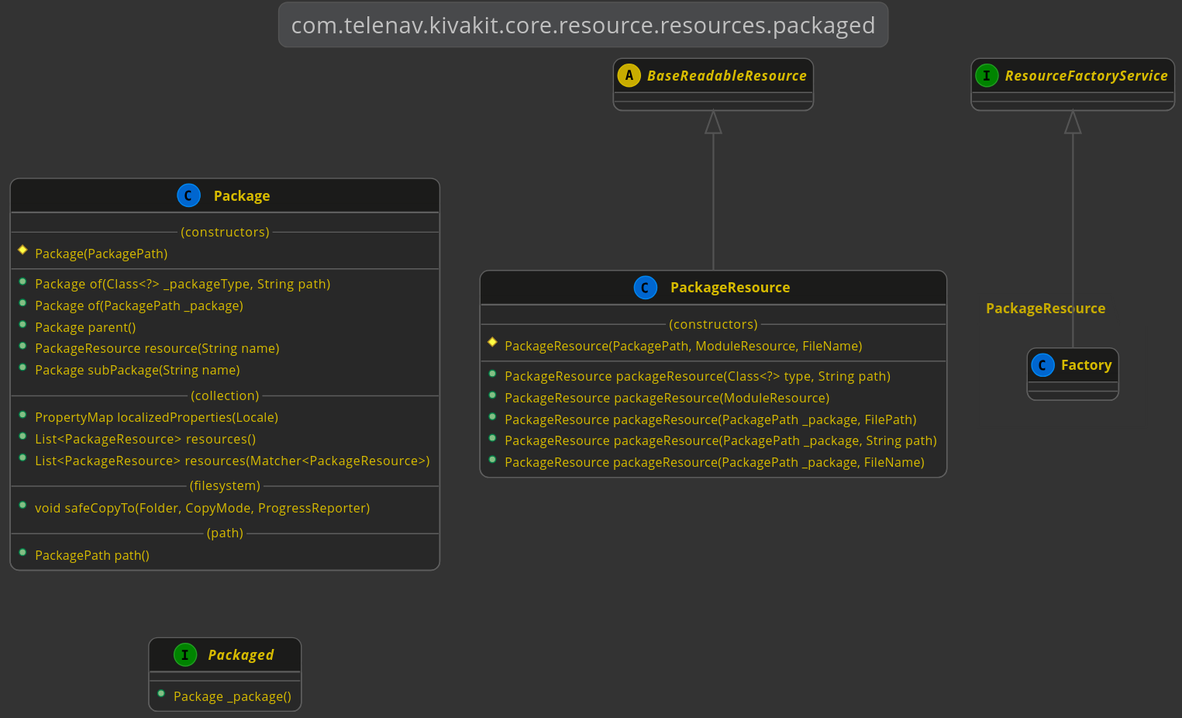
Telenav/kivakit keeps this PlantUML diagram as kivakit-core/resource/documentation/diagrams/com.telenav.kivakit.core.resource.resources.packaged.svg. Above is the earlier version. The source it was exported from:
```plantuml
@startuml

    !include ../lexakai.theme

    title "com.telenav.kivakit.core.resource.resources.packaged"

    abstract BaseReadableResource

    interface ResourceFactoryService

    ResourceFactoryService <|-- PackageResource.Factory
    class PackageResource.Factory
    {
    }

    class Package
    {
        --(constructors)--
        #Package(PackagePath)
        --
        +Package of(Class<?> _packageType, String path)
        +Package of(PackagePath _package)
        +Package parent()
        +PackageResource resource(String name)
        +Package subPackage(String name)
        --(collection)--
        +PropertyMap localizedProperties(Locale)
        +List<PackageResource> resources()
        +List<PackageResource> resources(Matcher<PackageResource>)
        --(filesystem)--
        +void safeCopyTo(Folder, CopyMode, ProgressReporter)
        --(path)--
        +PackagePath path()
    }

    BaseReadableResource <|-- PackageResource
    class PackageResource
    {
        --(constructors)--
        #PackageResource(PackagePath, ModuleResource, FileName)
        --
        +PackageResource packageResource(Class<?> type, String path)
        +PackageResource packageResource(ModuleResource)
        +PackageResource packageResource(PackagePath _package, FilePath)
        +PackageResource packageResource(PackagePath _package, String path)
        +PackageResource packageResource(PackagePath _package, FileName)
    }

    interface Packaged
    {
        --
        +Package _package()
    }

@enduml
```
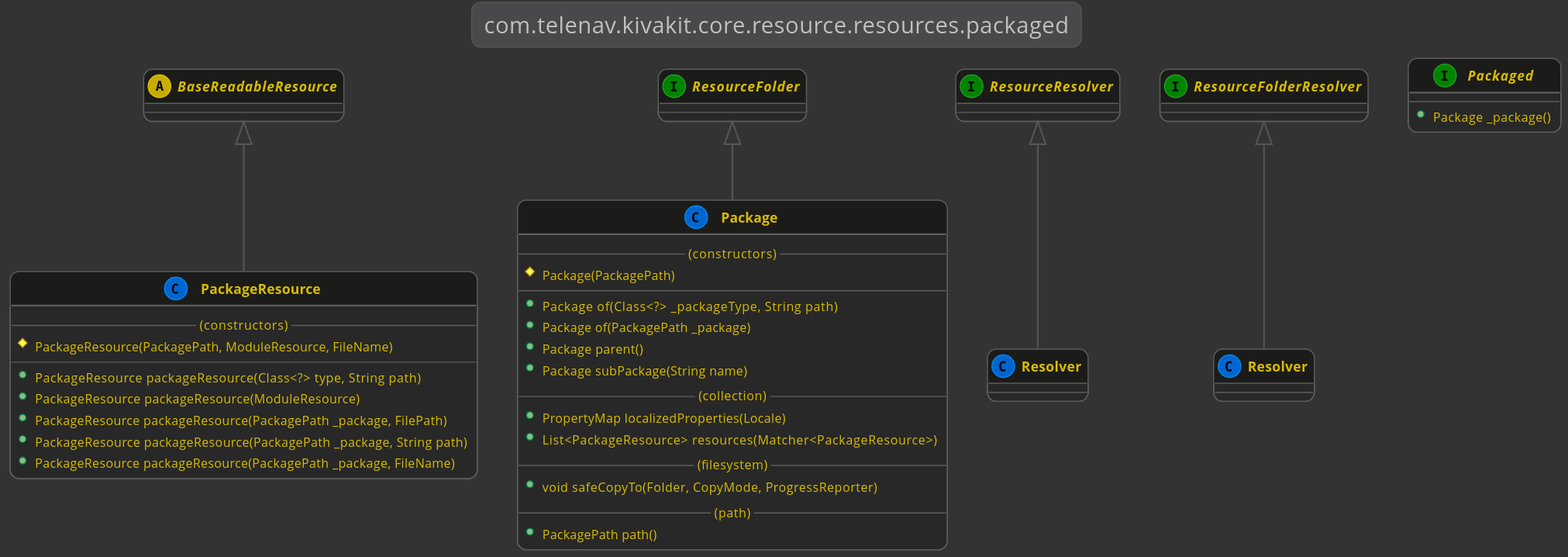
Later version of the same file.

The edit, as a diff of the source:
```diff
@@ -6,13 +6,11 @@
 
     abstract BaseReadableResource
 
-    interface ResourceFactoryService
+    interface ResourceFolder
+    interface ResourceResolver
+    interface ResourceFolderResolver
 
-    ResourceFactoryService <|-- PackageResource.Factory
-    class PackageResource.Factory
-    {
-    }
-
+    ResourceFolder <|-- Package
     class Package
     {
         --(constructors)--
@@ -21,11 +19,9 @@
         +Package of(Class<?> _packageType, String path)
         +Package of(PackagePath _package)
         +Package parent()
-        +PackageResource resource(String name)
         +Package subPackage(String name)
         --(collection)--
         +PropertyMap localizedProperties(Locale)
-        +List<PackageResource> resources()
         +List<PackageResource> resources(Matcher<PackageResource>)
         --(filesystem)--
         +void safeCopyTo(Folder, CopyMode, ProgressReporter)
@@ -52,4 +48,14 @@
         +Package _package()
     }
 
+    ResourceFolderResolver <|-- Package.Resolver
+    class Package.Resolver
+    {
+    }
+
+    ResourceResolver <|-- PackageResource.Resolver
+    class PackageResource.Resolver
+    {
+    }
+
 @enduml
```
